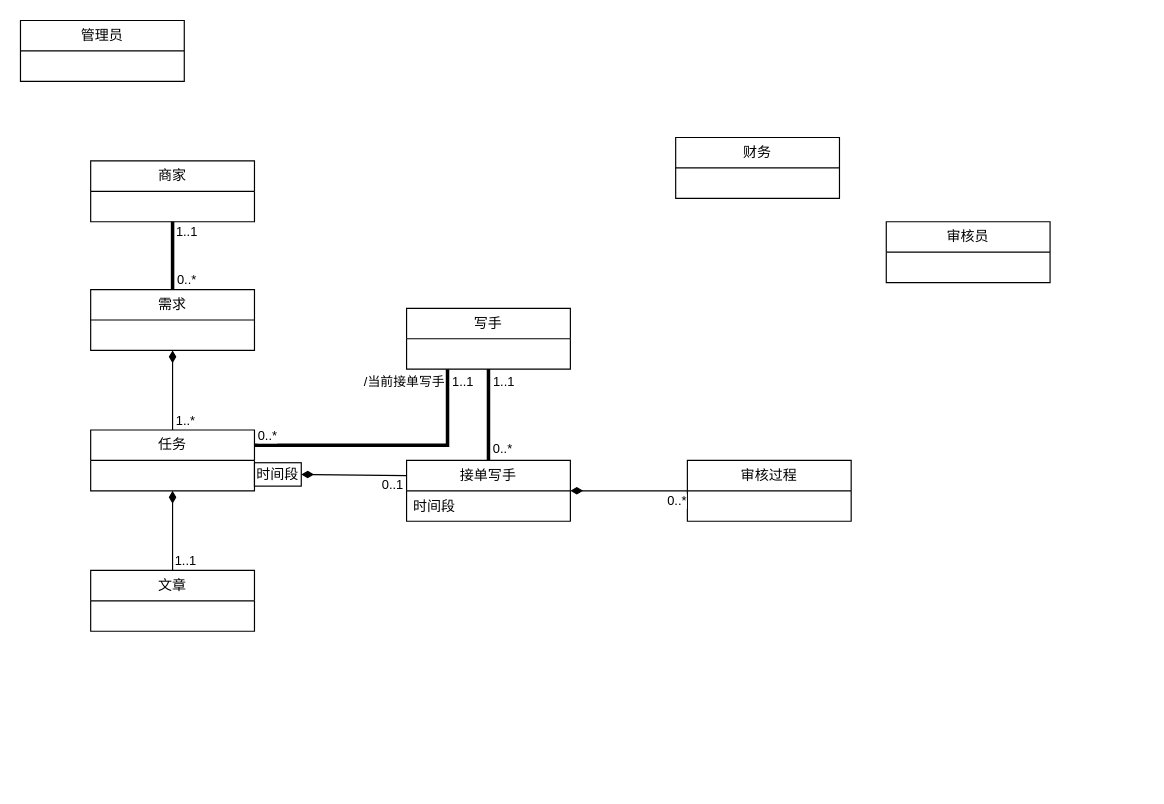
wangxiaochuang/drawio keeps this draw.io diagram as writor.drawio. Above is the earlier version. Source tidied: cells renumbered, new cells numbered last; positions are measured from the earlier drawing's top-left corner, leaving out a move shared by most shapes. Both pictures are drawn from the tidied source at 117%, with x=0, y=0 at pixel (20, 20).
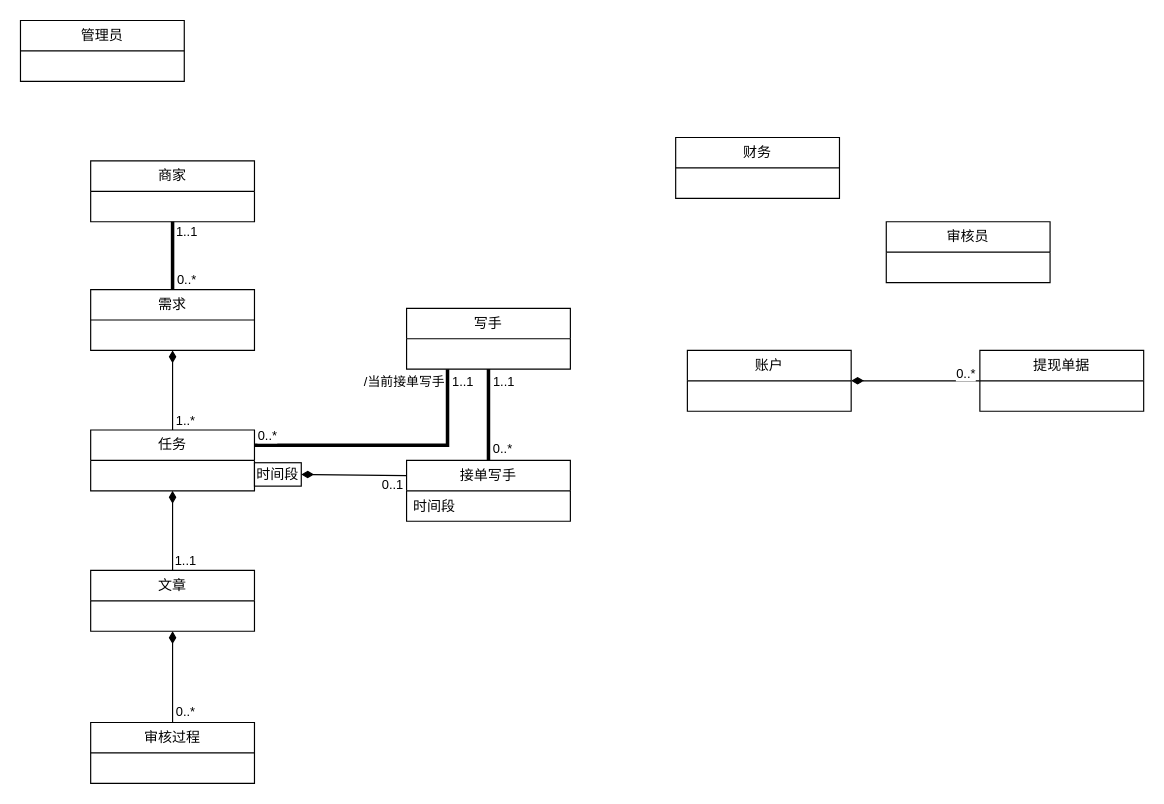
The same page after the edit.

Unchanged cells that the change refers to:
```xml
<mxCell id="6" value="文章" style="swimlane;fontStyle=0;horizontal=1;startSize=26;fillColor=none;whiteSpace=wrap;html=1;" parent="1" vertex="1">
  <mxGeometry x="60" y="470" width="140" height="52" as="geometry" />
</mxCell>
<mxCell id="17" value="接单写手" style="swimlane;fontStyle=0;horizontal=1;startSize=26;fillColor=none;whiteSpace=wrap;html=1;" parent="1" vertex="1">
  <mxGeometry x="330" y="376" width="140" height="52" as="geometry" />
</mxCell>
```

The edit, as a diff of the source:
```diff
@@
     <mxCell id="22" value="审核过程" style="swimlane;fontStyle=0;horizontal=1;startSize=26;fillColor=none;whiteSpace=wrap;html=1;" parent="1" vertex="1">
-      <mxGeometry x="570" y="376" width="140" height="52" as="geometry" />
+      <mxGeometry x="60" y="600" width="140" height="52" as="geometry" />
     </mxCell>
-    <mxCell id="23" style="endArrow=none;startArrow=diamondThin;endFill=0;startFill=1;html=1;verticalAlign=bottom;labelBackgroundColor=none;strokeWidth=1;startSize=8;endSize=8;rounded=0;entryX=0;entryY=0.5;entryDx=0;entryDy=0;exitX=1;exitY=0.5;exitDx=0;exitDy=0;" parent="1" edge="1" source="17" target="22">
-      <mxGeometry relative="1" as="geometry" />
-    </mxCell>
-    <mxCell id="24" value="0..*" style="edgeLabel;html=1;align=center;verticalAlign=middle;" parent="23" vertex="1">
-      <mxGeometry x="0.76" y="1" relative="1" as="geometry">
-        <mxPoint x="2" y="9" as="offset" />
-      </mxGeometry>
-    </mxCell>
@@
+    <mxCell id="32" style="endArrow=none;startArrow=diamondThin;endFill=0;startFill=1;html=1;verticalAlign=bottom;labelBackgroundColor=none;strokeWidth=1;startSize=8;endSize=8;rounded=0;exitX=0.5;exitY=1;exitDx=0;exitDy=0;entryX=0.5;entryY=0;entryDx=0;entryDy=0;" parent="1" edge="1" source="6" target="22">
+      <mxGeometry relative="1" as="geometry" />
+    </mxCell>
+    <mxCell id="33" value="0..*" style="edgeLabel;html=1;align=center;verticalAlign=middle;" parent="32" vertex="1">
+      <mxGeometry x="0.76" y="1" relative="1" as="geometry">
+        <mxPoint x="9" y="-1" as="offset" />
+      </mxGeometry>
+    </mxCell>
+    <mxCell id="34" value="账户" style="swimlane;fontStyle=0;horizontal=1;startSize=26;fillColor=none;whiteSpace=wrap;html=1;" parent="1" vertex="1">
+      <mxGeometry x="570" y="282" width="140" height="52" as="geometry" />
+    </mxCell>
+    <mxCell id="35" value="提现单据" style="swimlane;fontStyle=0;horizontal=1;startSize=26;fillColor=none;whiteSpace=wrap;html=1;" parent="1" vertex="1">
+      <mxGeometry x="820" y="282" width="140" height="52" as="geometry" />
+    </mxCell>
+    <mxCell id="36" style="endArrow=none;startArrow=diamondThin;endFill=0;startFill=1;html=1;verticalAlign=bottom;labelBackgroundColor=none;strokeWidth=1;startSize=8;endSize=8;rounded=0;exitX=1;exitY=0.5;exitDx=0;exitDy=0;entryX=0;entryY=0.5;entryDx=0;entryDy=0;" parent="1" edge="1" source="34" target="35">
+      <mxGeometry relative="1" as="geometry" />
+    </mxCell>
+    <mxCell id="37" value="0..*" style="edgeLabel;html=1;align=center;verticalAlign=middle;" parent="36" vertex="1">
+      <mxGeometry x="0.76" y="1" relative="1" as="geometry">
+        <mxPoint y="-6" as="offset" />
+      </mxGeometry>
+    </mxCell>
```
